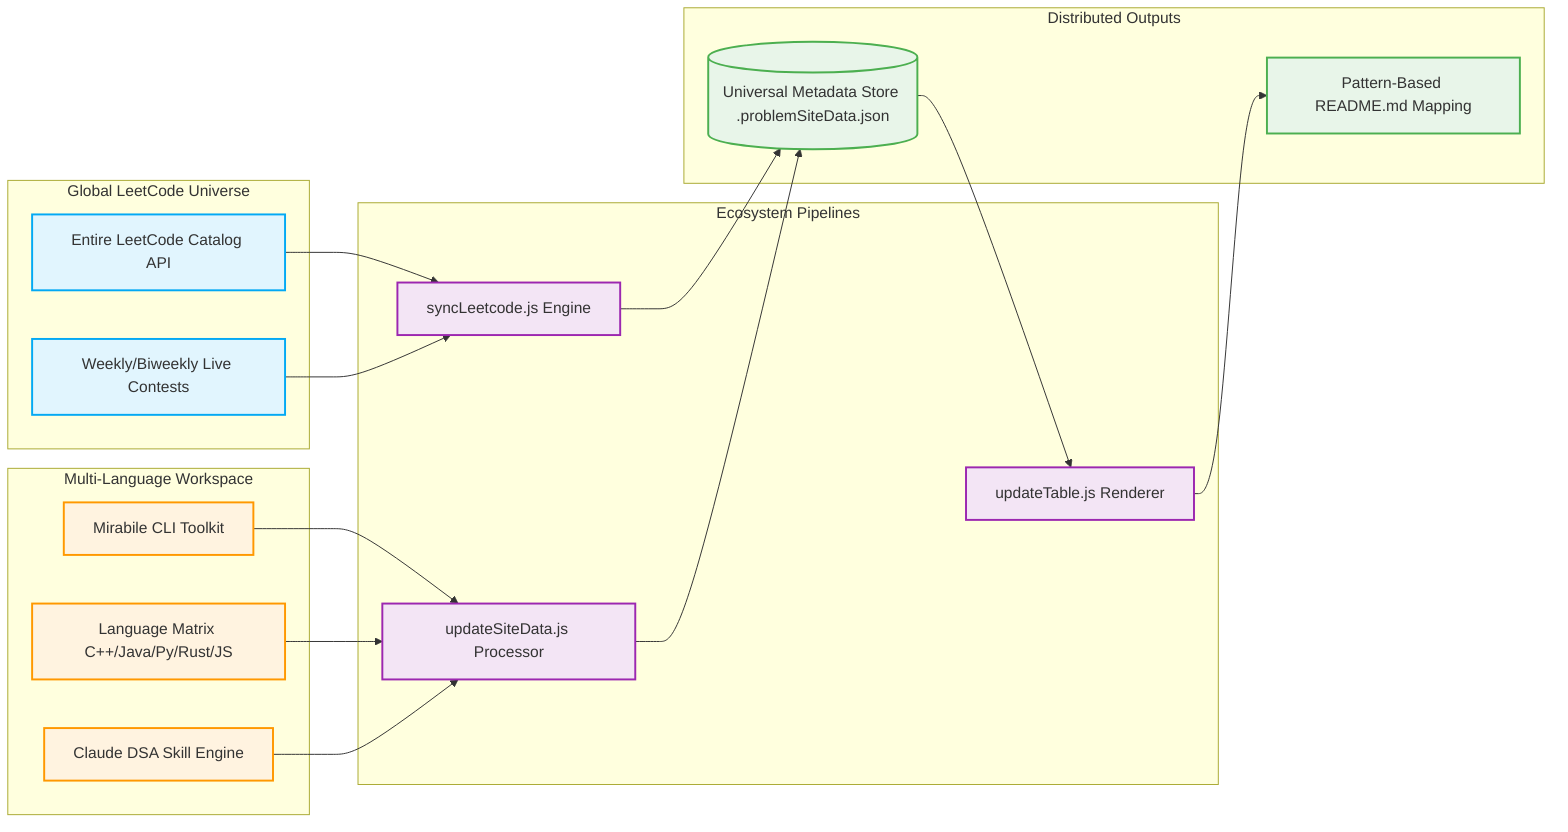
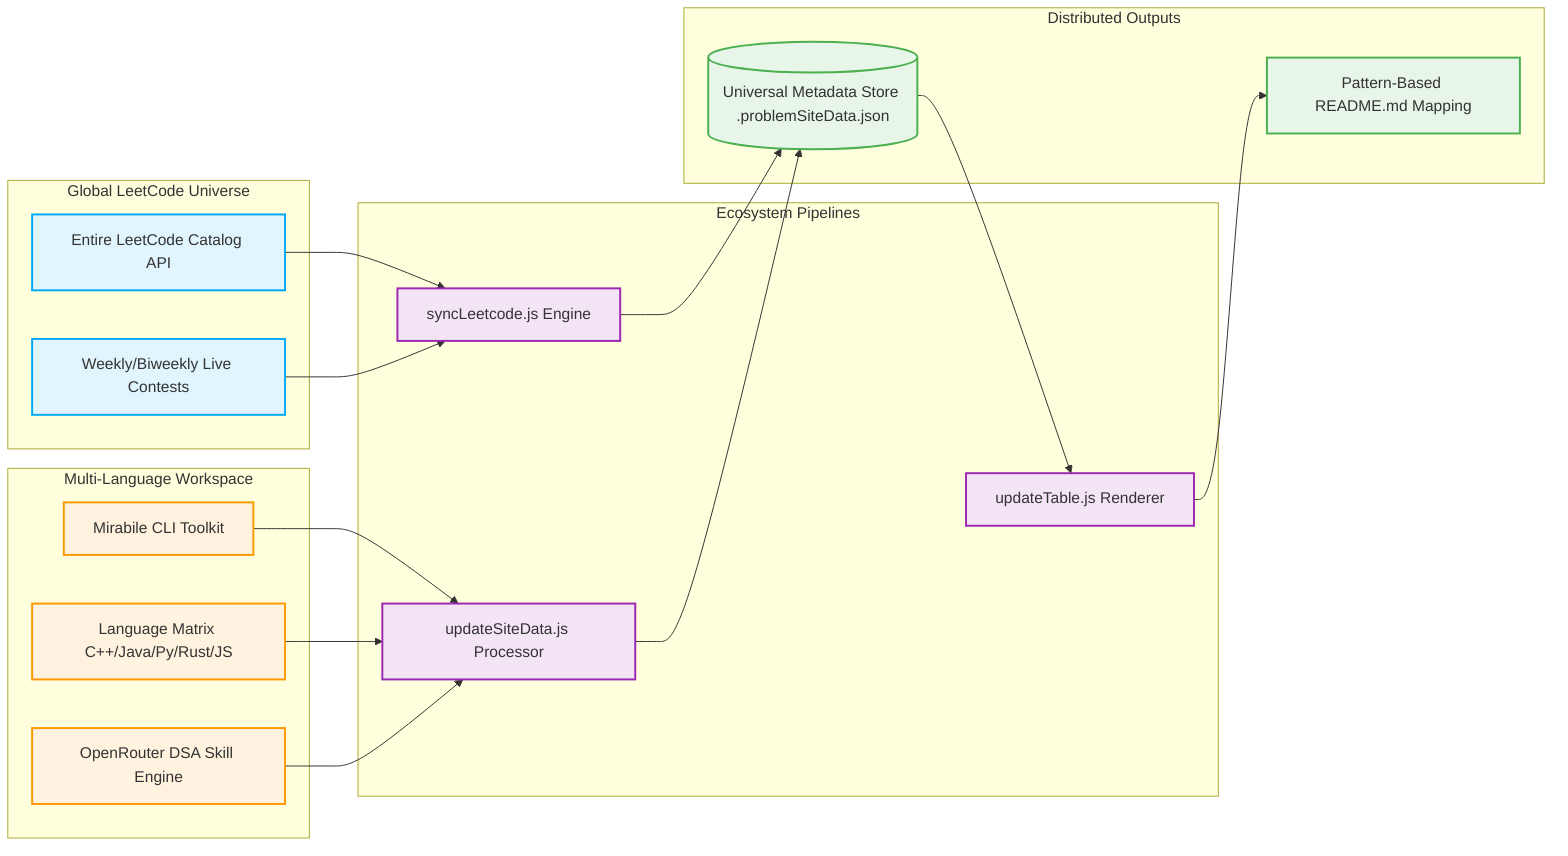
graph LR
    %% Style Definitions
    classDef api fill:#e1f5fe,stroke:#03a9f4,stroke-width:2px;
    classDef local fill:#fff3e0,stroke:#ff9800,stroke-width:2px;
    classDef script fill:#f3e5f5,stroke:#9c27b0,stroke-width:2px;
    classDef storage fill:#e8f5e9,stroke:#4caf50,stroke-width:2px;

    %% Data Ingestion Source Matrix
    subgraph Catalog_Source [Global LeetCode Universe]
        A[Entire LeetCode Catalog API]:::api
        B[Weekly/Biweekly Live Contests]:::api
    end

    %% Workspace Processing
    subgraph Local_Workspace [Multi-Language Workspace]
        C[Mirabile CLI Toolkit]:::local
        D[Language Matrix C++/Java/Py/Rust/JS]:::local
-         E[Claude DSA Skill Engine]:::local
+         E[OpenRouter DSA Skill Engine]:::local
    end

    %% Pipeline Processing
    subgraph Automation_Engine [Ecosystem Pipelines]
        F[syncLeetcode.js Engine]:::script
        G[updateSiteData.js Processor]:::script
        H[updateTable.js Renderer]:::script
    end

    %% Centralized Registry
    subgraph System_Outputs [Distributed Outputs]
        I[(Universal Metadata Store .problemSiteData.json)]:::storage
        J[Pattern-Based README.md Mapping]:::storage
    end

    %% Connections
    A --> F
    B --> F
    F --> I

    C --> G
    D --> G
    E --> G

    G --> I
    I --> H
    H --> J